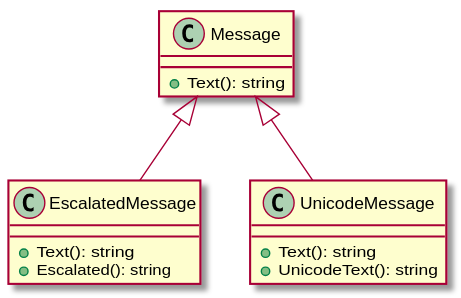
Before: assets/mixin-diamond-1.svg, a diagram exported from PlantUML (hsro-inf-prg3/hsro-inf-prg3.github.io).
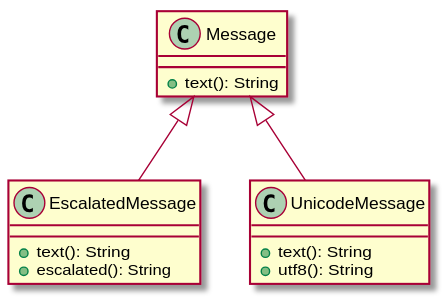
Later version of the same file.

Commit message:
Cosmetics for Mixin UML

The edit, as a diff of the source:
```diff
@@ -1,17 +1,17 @@
 @startuml mixin-diamond-1
 
 class Message {
-	+Text(): string
+	+text(): String
 }
 
 class EscalatedMessage extends Message {
-	+Text(): string
-	+Escalated(): string
+	+text(): String
+	+escalated(): String
 }
 
 class UnicodeMessage extends Message {
-	+Text(): string
-	+UnicodeText(): string
+	+text(): String
+	+utf8(): String
 }
 
 
```
